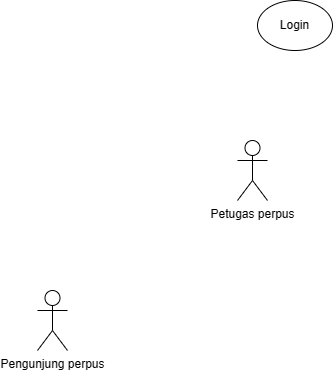
The draw.io diagram Latihan.drawio.png in mahesri/uml_ads_sms3, before a commit. Source tidied: cells renumbered, new cells last; positions are measured from the earlier drawing's top-left corner, leaving out a move shared by most shapes.
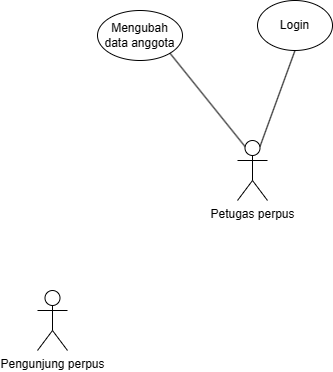
Above is the later version.

Diff of the diagram source:
```diff
@@ -11,5 +11,14 @@
     <mxCell id="4" value="Login" style="ellipse;whiteSpace=wrap;html=1;" parent="1" vertex="1">
       <mxGeometry x="220" width="75" height="50" as="geometry" />
     </mxCell>
+    <mxCell id="5" style="endArrow=none;html=1;rounded=0;entryX=0.5;entryY=1;entryDx=0;entryDy=0;exitX=0.75;exitY=0.1;exitDx=0;exitDy=0;exitPerimeter=0;" parent="1" edge="1" source="3" target="4">
+      <mxGeometry relative="1" as="geometry" />
+    </mxCell>
+    <mxCell id="6" value="Mengubah data anggota" style="ellipse;whiteSpace=wrap;html=1;" parent="1" vertex="1">
+      <mxGeometry x="60" y="10" width="85" height="50" as="geometry" />
+    </mxCell>
+    <mxCell id="7" style="endArrow=none;html=1;rounded=0;entryX=1;entryY=1;entryDx=0;entryDy=0;exitX=0.25;exitY=0.1;exitDx=0;exitDy=0;exitPerimeter=0;" parent="1" edge="1" source="3" target="6">
+      <mxGeometry relative="1" as="geometry" />
+    </mxCell>
   </root>
 </mxGraphModel>
```
